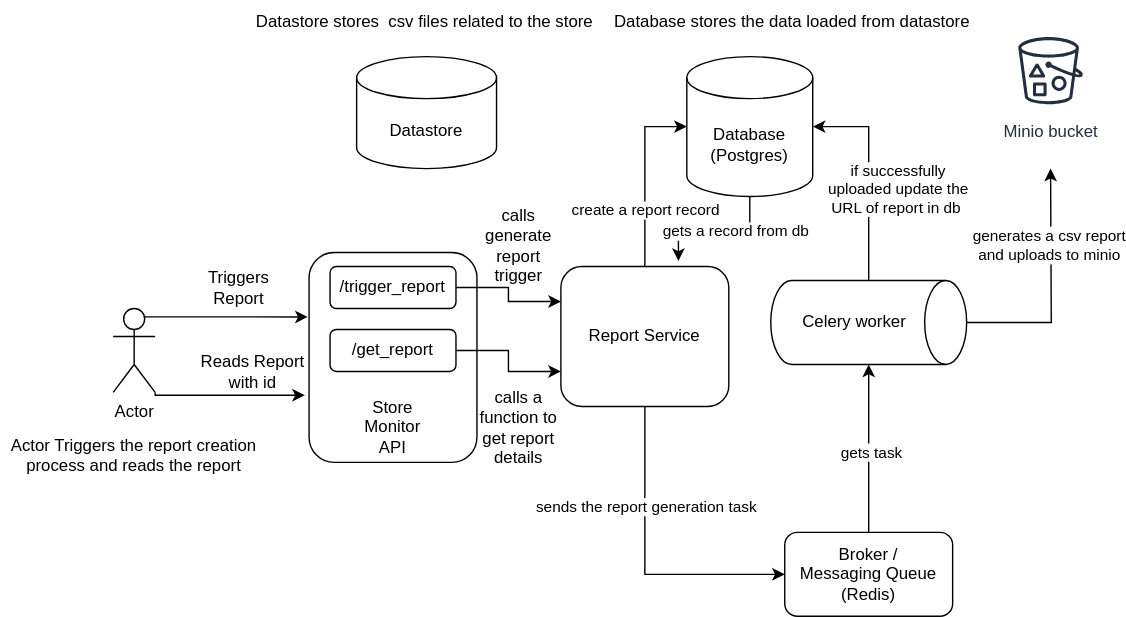
This is images/store-monitor.drawio.svg from vsumit89/store-monitor, a draw.io export, as it was before one commit. Source tidied: cells renumbered, new cells last; positions are measured from the earlier drawing's top-left corner, leaving out a move shared by most shapes.
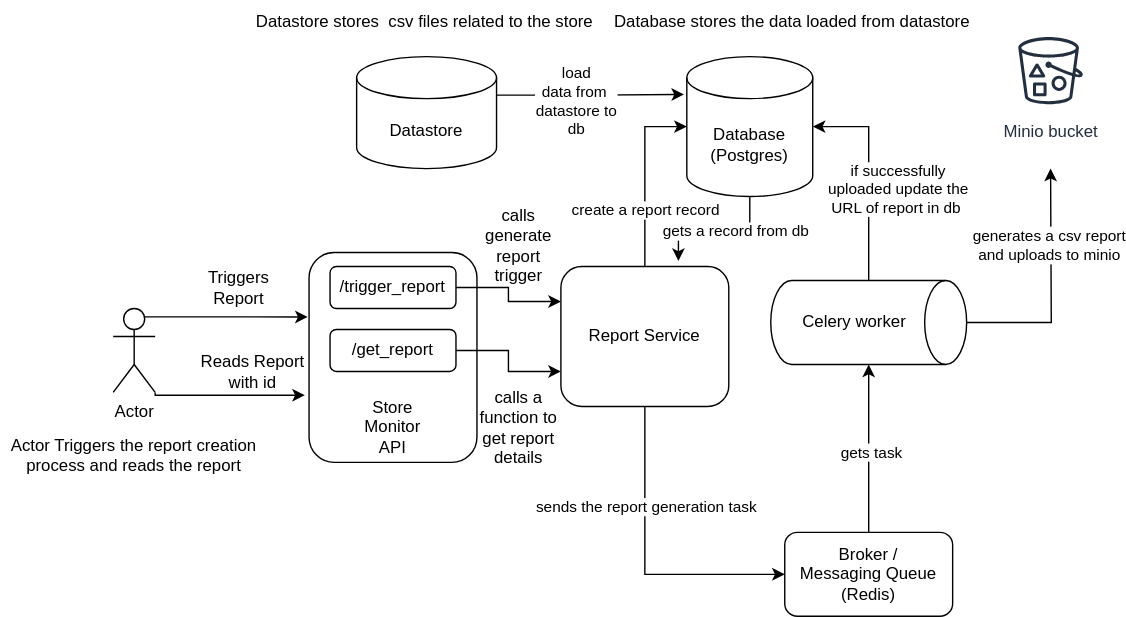
Later version of the same file.

Commit message:
img: updated architecture diagram

What changed in the source:
```diff
@@ -2,6 +2,14 @@
   <root>
     <mxCell id="0" />
     <mxCell id="1" parent="0" />
+    <mxCell id="39" style="edgeStyle=orthogonalEdgeStyle;rounded=0;jettySize=auto;html=1;exitX=1;exitY=0;exitDx=0;exitDy=27.5;exitPerimeter=0;entryX=-0.022;entryY=0.27;entryDx=0;entryDy=0;entryPerimeter=0;" parent="1" edge="1" source="2" target="12">
+      <mxGeometry relative="1" as="geometry" />
+    </mxCell>
+    <mxCell id="40" value="load&lt;br&gt;data from&amp;nbsp;&lt;br&gt;datastore to&lt;br&gt;db" style="edgeLabel;html=1;align=center;verticalAlign=middle;" parent="39" vertex="1">
+      <mxGeometry x="-0.02" y="-3" relative="1" as="geometry">
+        <mxPoint x="-10" y="1" as="offset" />
+      </mxGeometry>
+    </mxCell>
     <mxCell id="2" value="Datastore" style="shape=cylinder3;whiteSpace=wrap;html=1;boundedLbl=1;backgroundOutline=1;size=15;" parent="1" vertex="1">
       <mxGeometry x="254" y="40" width="100" height="80" as="geometry" />
     </mxCell>
```
